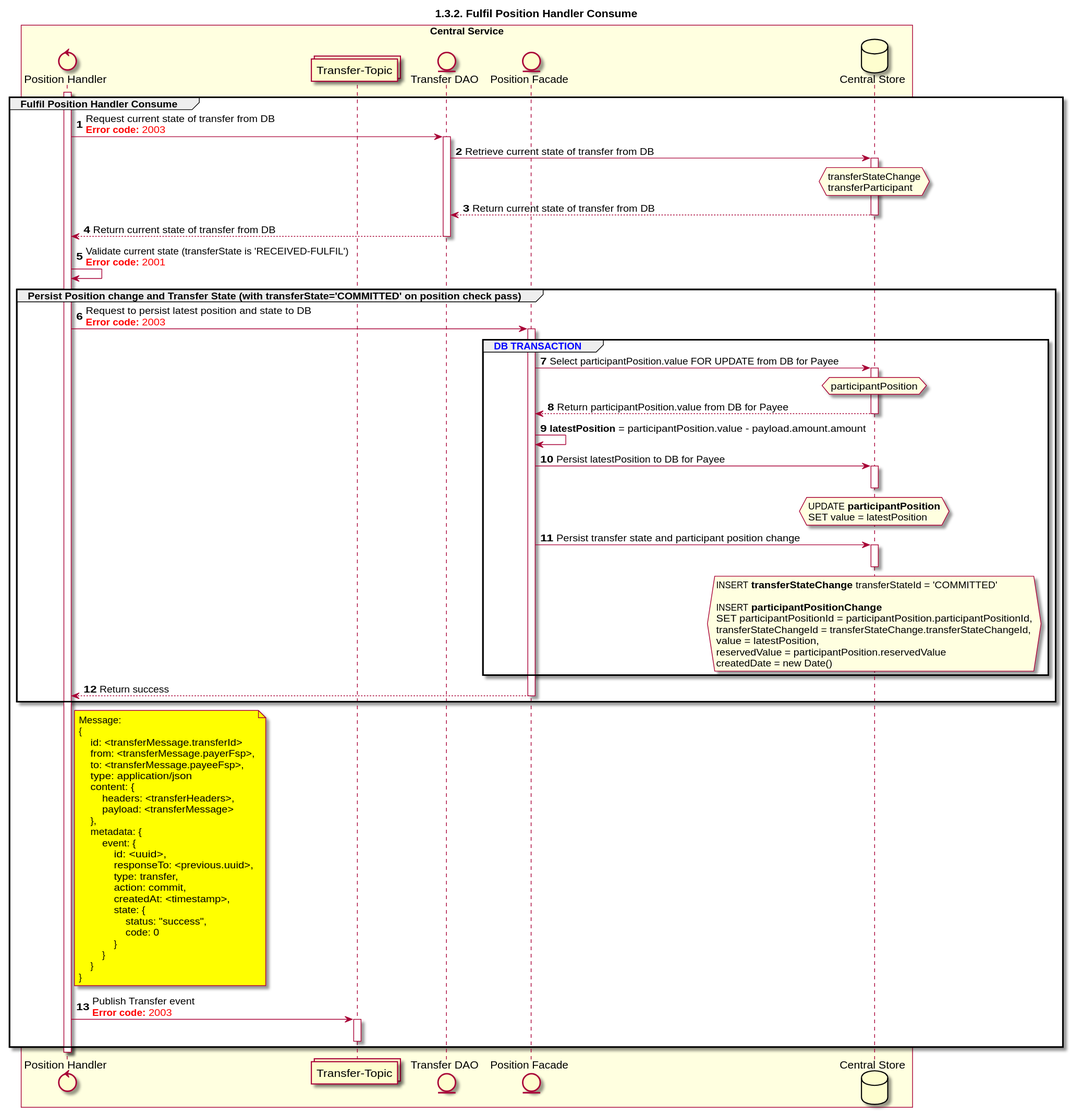
ggrg/docs keeps this PlantUML diagram as Diagrams/SequenceDiagrams/seq-position-1.3.2-fulfil.svg. Above is the earlier version.
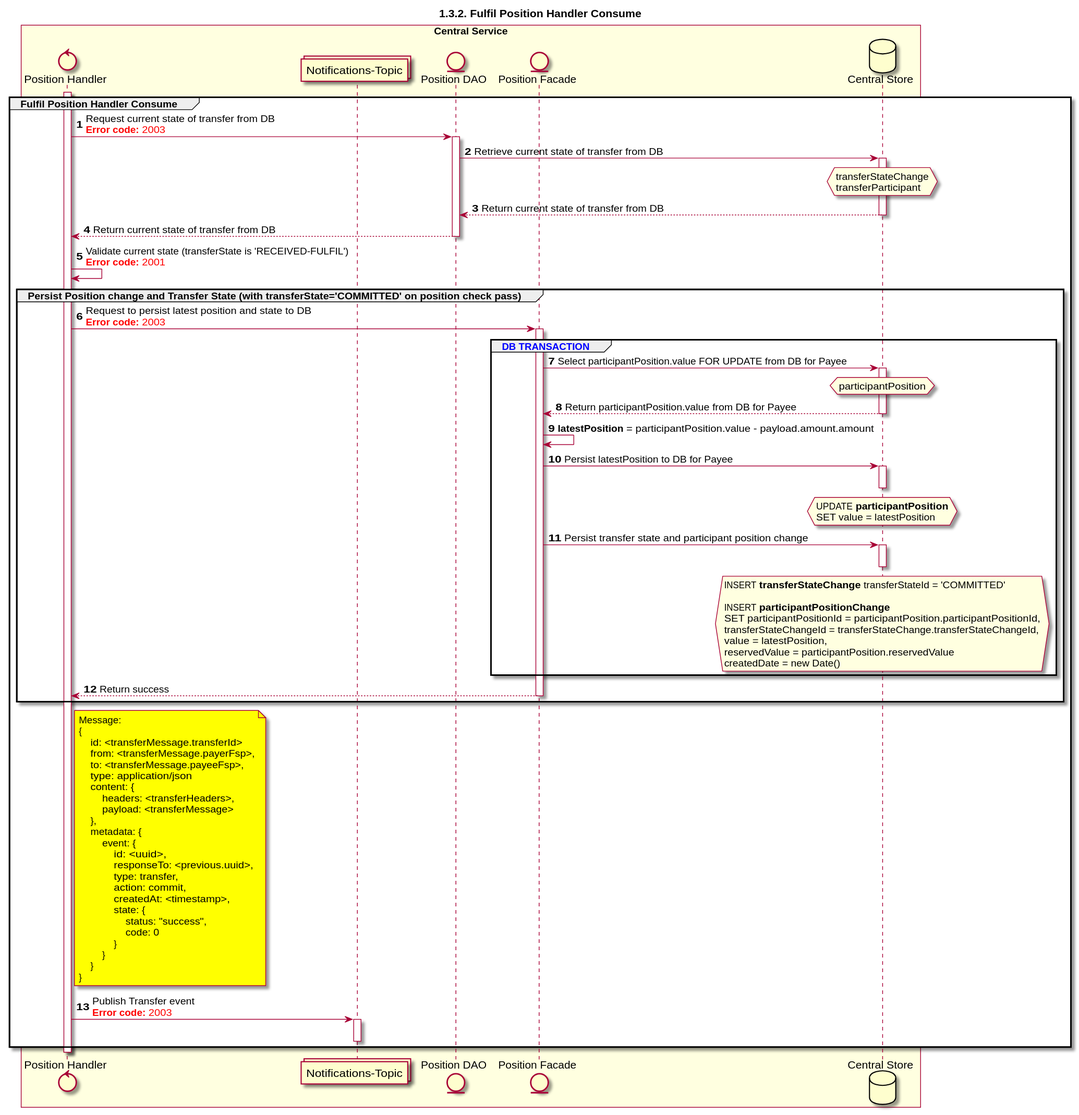
The same file after the commit.

The edit, as a diff of the source:
```diff
@@ -5,33 +5,33 @@
 
 
 control "Position Handler" as POS_HANDLER
-collections "Transfer-Topic" as TOPIC_TRANSFERS
+collections "Notifications-Topic" as TOPIC_NOTIFICATIONS
 entity "Position Facade" as POS_FACADE
-entity "Transfer DAO" as TRANS_DAO
+entity "Position DAO" as POS_DAO
 database "Central Store" as DB
 
 box "Central Service" #LightYellow
     participant POS_HANDLER
-    participant TOPIC_TRANSFERS
-    participant TRANS_DAO
+    participant TOPIC_NOTIFICATIONS
+    participant POS_DAO
     participant POS_FACADE
     participant DB
 end box
 
 activate POS_HANDLER
 group Fulfil Position Handler Consume
-    POS_HANDLER -> TRANS_DAO: Request current state of transfer from DB \n<color #FF0000><b>Error code:</b> 2003</color>
-    activate TRANS_DAO
-    TRANS_DAO -> DB: Retrieve current state of transfer from DB
+    POS_HANDLER -> POS_DAO: Request current state of transfer from DB \n<color #FF0000><b>Error code:</b> 2003</color>
+    activate POS_DAO
+    POS_DAO -> DB: Retrieve current state of transfer from DB
     activate DB
     hnote over DB #lightyellow
         transferStateChange
         transferParticipant
     end note
-    DB --> TRANS_DAO: Return current state of transfer from DB
+    DB --> POS_DAO: Return current state of transfer from DB
     deactivate DB
-    TRANS_DAO --> POS_HANDLER: Return current state of transfer from DB
-    deactivate TRANS_DAO
+    POS_DAO --> POS_HANDLER: Return current state of transfer from DB
+    deactivate POS_DAO
     POS_HANDLER <-> POS_HANDLER: Validate current state (transferState is 'RECEIVED-FULFIL')\n<color #FF0000><b>Error code:</b> 2001</color>
     group Persist Position change and Transfer State (with transferState='COMMITTED' on position check pass)
         POS_HANDLER -> POS_FACADE: Request to persist latest position and state to DB\n<color #FF0000><b>Error code:</b> 2003</color>
@@ -65,7 +65,7 @@
             end note
             activate DB
             deactivate DB
-            deactivate TRANS_DAO
+            deactivate POS_DAO
         end
         POS_FACADE --> POS_HANDLER: Return success
         deactivate POS_FACADE
@@ -97,9 +97,9 @@
             }
         }
     end note
-    POS_HANDLER -> TOPIC_TRANSFERS: Publish Transfer event\n<color #FF0000><b>Error code:</b> 2003</color>
-    activate TOPIC_TRANSFERS
-    deactivate TOPIC_TRANSFERS
+    POS_HANDLER -> TOPIC_NOTIFICATIONS: Publish Transfer event\n<color #FF0000><b>Error code:</b> 2003</color>
+    activate TOPIC_NOTIFICATIONS
+    deactivate TOPIC_NOTIFICATIONS
 end
 deactivate POS_HANDLER
 @enduml
```
